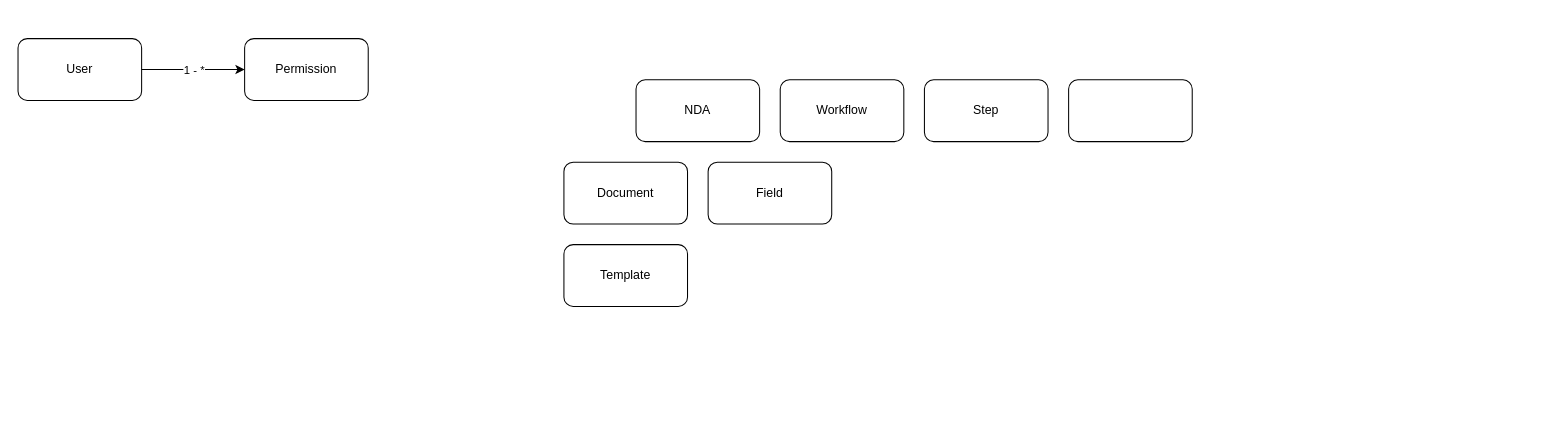
The draw.io diagram Untitled Diagram.drawio in thdang1009/diagrams, before the edit. Source tidied: cells renumbered, new cells numbered last; positions are measured from the earlier drawing's top-left corner, leaving out a move shared by most shapes. Both pictures are drawn from the tidied source at 103%, with x=0, y=0 at pixel (18, 38).
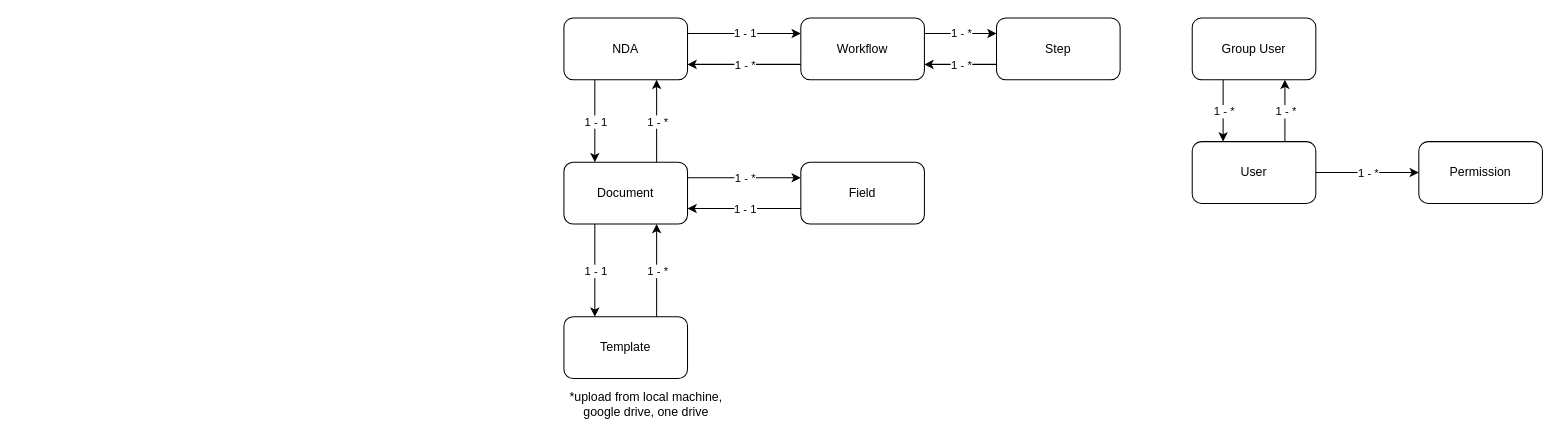
Above is the later version.

The change refers to these unchanged cells:
```xml
<mxCell id="4" value="Document" style="rounded=1;whiteSpace=wrap;html=1;" parent="1" vertex="1">
  <mxGeometry x="530" y="120" width="120" height="60" as="geometry" />
</mxCell>
```

What changed in the source:
```diff
@@
     <mxCell id="2" value="User" style="rounded=1;whiteSpace=wrap;html=1;" parent="1" vertex="1">
-      <mxGeometry width="120" height="60" as="geometry" />
+      <mxGeometry x="1140" y="100" width="120" height="60" as="geometry" />
     </mxCell>
     <mxCell id="3" value="Template" style="rounded=1;whiteSpace=wrap;html=1;" parent="1" vertex="1">
-      <mxGeometry x="530" y="200" width="120" height="60" as="geometry" />
+      <mxGeometry x="530" y="270" width="120" height="60" as="geometry" />
     </mxCell>
@@
     <mxCell id="5" value="NDA" style="rounded=1;whiteSpace=wrap;html=1;" parent="1" vertex="1">
-      <mxGeometry x="600" y="40" width="120" height="60" as="geometry" />
+      <mxGeometry x="530" y="-20" width="120" height="60" as="geometry" />
     </mxCell>
     <mxCell id="6" value="Workflow" style="rounded=1;whiteSpace=wrap;html=1;" parent="1" vertex="1">
-      <mxGeometry x="740" y="40" width="120" height="60" as="geometry" />
+      <mxGeometry x="760" y="-20" width="120" height="60" as="geometry" />
     </mxCell>
     <mxCell id="7" value="Permission" style="rounded=1;whiteSpace=wrap;html=1;" parent="1" vertex="1">
-      <mxGeometry x="220" width="120" height="60" as="geometry" />
+      <mxGeometry x="1360" y="100" width="120" height="60" as="geometry" />
     </mxCell>
     <mxCell id="8" value="Field" style="rounded=1;whiteSpace=wrap;html=1;" parent="1" vertex="1">
-      <mxGeometry x="670" y="120" width="120" height="60" as="geometry" />
+      <mxGeometry x="760" y="120" width="120" height="60" as="geometry" />
     </mxCell>
     <mxCell id="9" value="Step" style="rounded=1;whiteSpace=wrap;html=1;" parent="1" vertex="1">
-      <mxGeometry x="880" y="40" width="120" height="60" as="geometry" />
+      <mxGeometry x="950" y="-20" width="120" height="60" as="geometry" />
     </mxCell>
-    <mxCell id="10" style="rounded=1;whiteSpace=wrap;html=1;" parent="1" vertex="1">
-      <mxGeometry x="1020" y="40" width="120" height="60" as="geometry" />
+    <mxCell id="10" value="Group User" style="rounded=1;whiteSpace=wrap;html=1;" parent="1" vertex="1">
+      <mxGeometry x="1140" y="-20" width="120" height="60" as="geometry" />
     </mxCell>
     <mxCell id="11" style="endArrow=classic;html=1;rounded=0;" parent="1" edge="1">
       <mxGeometry relative="1" as="geometry">
-        <mxPoint x="120" y="30" as="sourcePoint" />
-        <mxPoint x="220" y="30" as="targetPoint" />
+        <mxPoint x="1260" y="130" as="sourcePoint" />
+        <mxPoint x="1360" y="130" as="targetPoint" />
       </mxGeometry>
     </mxCell>
@@
+    <mxCell id="13" style="endArrow=classic;html=1;rounded=0;exitX=1;exitY=0.25;exitDx=0;exitDy=0;entryX=0;entryY=0.25;entryDx=0;entryDy=0;" parent="1" edge="1" source="4" target="8">
+      <mxGeometry relative="1" as="geometry" />
+    </mxCell>
+    <mxCell id="14" value="1 - *" style="edgeLabel;html=1;align=center;verticalAlign=middle;" parent="13" vertex="1">
+      <mxGeometry relative="1" as="geometry" />
+    </mxCell>
+    <mxCell id="15" style="endArrow=classic;html=1;rounded=0;entryX=0;entryY=0.25;entryDx=0;entryDy=0;exitX=1;exitY=0.25;exitDx=0;exitDy=0;" parent="1" edge="1" source="5" target="6">
+      <mxGeometry relative="1" as="geometry" />
+    </mxCell>
+    <mxCell id="16" value="1 - 1" style="edgeLabel;html=1;align=center;verticalAlign=middle;" parent="15" vertex="1">
+      <mxGeometry relative="1" as="geometry" />
+    </mxCell>
+    <mxCell id="17" style="endArrow=classic;html=1;rounded=0;exitX=1;exitY=0.25;exitDx=0;exitDy=0;entryX=0;entryY=0.25;entryDx=0;entryDy=0;" parent="1" edge="1" source="6" target="9">
+      <mxGeometry relative="1" as="geometry" />
+    </mxCell>
+    <mxCell id="18" value="1 - *" style="edgeLabel;html=1;align=center;verticalAlign=middle;" parent="17" vertex="1">
+      <mxGeometry relative="1" as="geometry" />
+    </mxCell>
+    <mxCell id="19" style="endArrow=classic;html=1;rounded=0;exitX=0.25;exitY=1;exitDx=0;exitDy=0;entryX=0.25;entryY=0;entryDx=0;entryDy=0;" parent="1" edge="1" source="4" target="3">
+      <mxGeometry relative="1" as="geometry" />
+    </mxCell>
+    <mxCell id="20" value="1 - 1" style="edgeLabel;html=1;align=center;verticalAlign=middle;" parent="19" vertex="1">
+      <mxGeometry relative="1" as="geometry" />
+    </mxCell>
+    <mxCell id="21" style="endArrow=classic;html=1;rounded=0;exitX=0.75;exitY=0;exitDx=0;exitDy=0;entryX=0.75;entryY=1;entryDx=0;entryDy=0;" parent="1" edge="1" source="3" target="4">
+      <mxGeometry relative="1" as="geometry" />
+    </mxCell>
+    <mxCell id="22" value="1 - *" style="edgeLabel;html=1;align=center;verticalAlign=middle;" parent="21" vertex="1">
+      <mxGeometry relative="1" as="geometry" />
+    </mxCell>
+    <mxCell id="23" style="endArrow=classic;html=1;rounded=0;exitX=0;exitY=0.75;exitDx=0;exitDy=0;entryX=1;entryY=0.75;entryDx=0;entryDy=0;" parent="1" edge="1" source="8" target="4">
+      <mxGeometry relative="1" as="geometry" />
+    </mxCell>
+    <mxCell id="24" value="1 - 1" style="edgeLabel;html=1;align=center;verticalAlign=middle;" parent="23" vertex="1">
+      <mxGeometry relative="1" as="geometry" />
+    </mxCell>
+    <mxCell id="25" style="endArrow=classic;html=1;rounded=0;exitX=0;exitY=0.75;exitDx=0;exitDy=0;entryX=1;entryY=0.75;entryDx=0;entryDy=0;" parent="1" edge="1" source="6" target="5">
+      <mxGeometry relative="1" as="geometry" />
+    </mxCell>
+    <mxCell id="26" value="1 - *" style="edgeLabel;html=1;align=center;verticalAlign=middle;" parent="25" vertex="1">
+      <mxGeometry relative="1" as="geometry" />
+    </mxCell>
+    <mxCell id="27" style="endArrow=classic;html=1;rounded=0;exitX=0.25;exitY=1;exitDx=0;exitDy=0;entryX=0.25;entryY=0;entryDx=0;entryDy=0;" parent="1" edge="1" source="5" target="4">
+      <mxGeometry relative="1" as="geometry" />
+    </mxCell>
+    <mxCell id="28" value="1 - 1" style="edgeLabel;html=1;align=center;verticalAlign=middle;" parent="27" vertex="1">
+      <mxGeometry relative="1" as="geometry" />
+    </mxCell>
+    <mxCell id="29" style="endArrow=classic;html=1;rounded=0;exitX=0.75;exitY=0;exitDx=0;exitDy=0;entryX=0.75;entryY=1;entryDx=0;entryDy=0;" parent="1" edge="1" source="4" target="5">
+      <mxGeometry relative="1" as="geometry" />
+    </mxCell>
+    <mxCell id="30" value="1 - *" style="edgeLabel;html=1;align=center;verticalAlign=middle;" parent="29" vertex="1">
+      <mxGeometry relative="1" as="geometry" />
+    </mxCell>
+    <mxCell id="31" value="*upload from local machine, google drive, one drive" style="text;html=1;strokeColor=none;fillColor=none;align=center;verticalAlign=middle;whiteSpace=wrap;rounded=0;" parent="1" vertex="1">
+      <mxGeometry x="530" y="340" width="160" height="30" as="geometry" />
+    </mxCell>
+    <mxCell id="32" style="endArrow=classic;html=1;rounded=0;exitX=0;exitY=0.75;exitDx=0;exitDy=0;entryX=1;entryY=0.75;entryDx=0;entryDy=0;" parent="1" edge="1" source="9" target="6">
+      <mxGeometry relative="1" as="geometry" />
+    </mxCell>
+    <mxCell id="33" value="1 - *" style="edgeLabel;html=1;align=center;verticalAlign=middle;" parent="32" vertex="1">
+      <mxGeometry relative="1" as="geometry" />
+    </mxCell>
+    <mxCell id="34" style="endArrow=classic;html=1;rounded=0;exitX=0.25;exitY=1;exitDx=0;exitDy=0;entryX=0.25;entryY=0;entryDx=0;entryDy=0;" parent="1" edge="1" source="10" target="2">
+      <mxGeometry relative="1" as="geometry" />
+    </mxCell>
+    <mxCell id="35" value="1 - *" style="edgeLabel;html=1;align=center;verticalAlign=middle;" parent="34" vertex="1">
+      <mxGeometry relative="1" as="geometry" />
+    </mxCell>
+    <mxCell id="36" style="endArrow=classic;html=1;rounded=0;exitX=0.75;exitY=0;exitDx=0;exitDy=0;entryX=0.75;entryY=1;entryDx=0;entryDy=0;" parent="1" edge="1" source="2" target="10">
+      <mxGeometry relative="1" as="geometry" />
+    </mxCell>
+    <mxCell id="37" value="1 - *" style="edgeLabel;html=1;align=center;verticalAlign=middle;" parent="36" vertex="1">
+      <mxGeometry relative="1" as="geometry" />
+    </mxCell>
```
